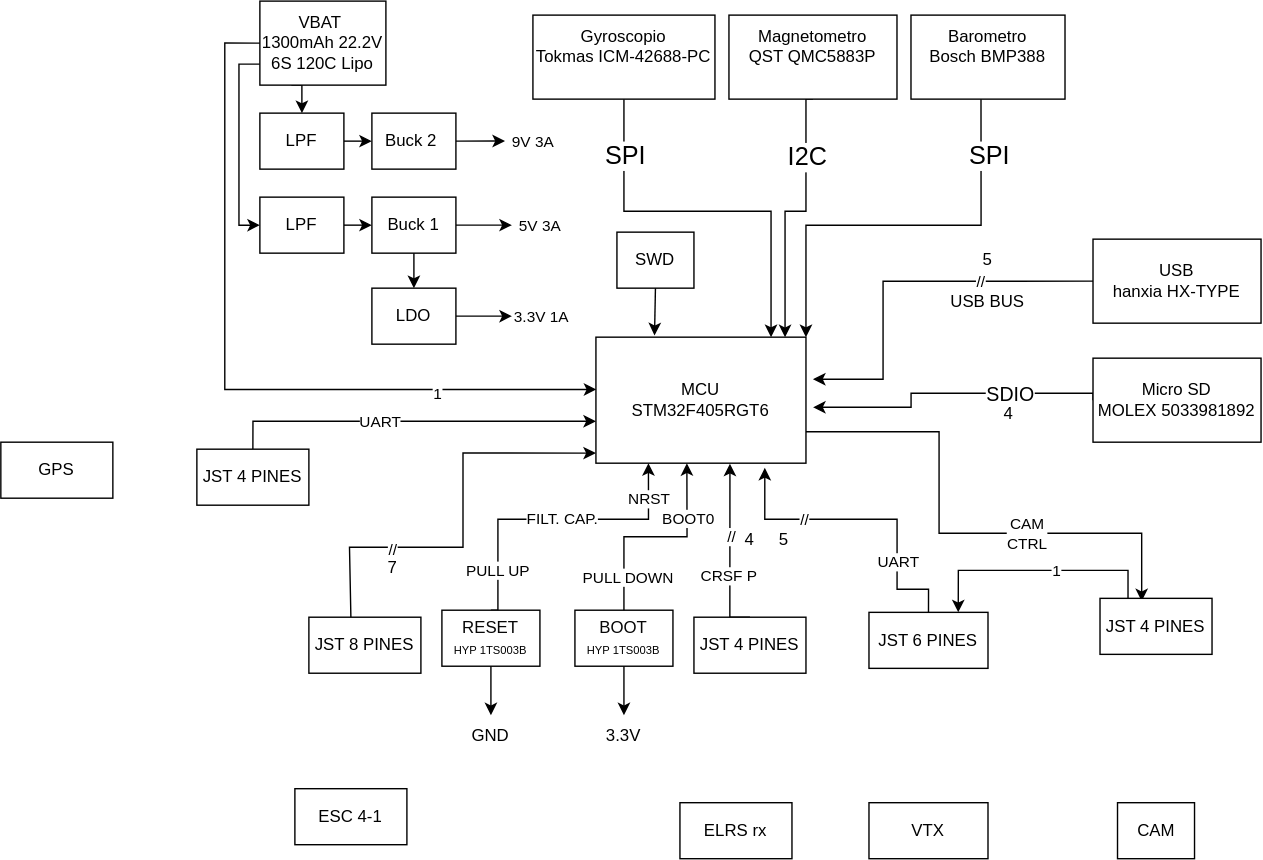
Before: Diagrama de bloques FC Dron.drawio.svg, a diagram exported from draw.io (Lucas-el-pato/FC-DRON-P3). Source tidied: cells renumbered, new cells last; positions are measured from the earlier drawing's top-left corner, leaving out a move shared by most shapes.
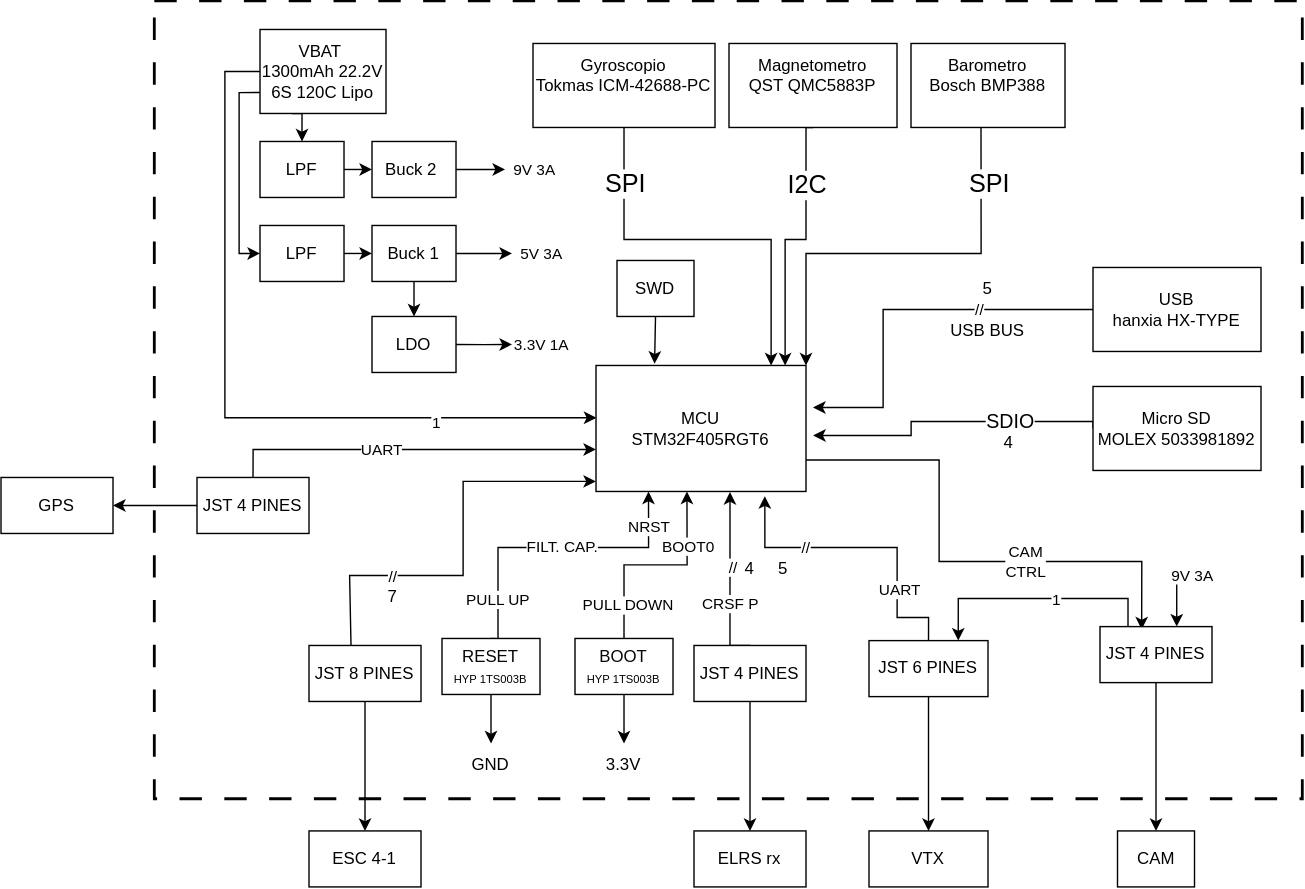
The same diagram one commit later.

Change to the diagram source:
```diff
@@ -2,6 +2,9 @@
   <root>
     <mxCell id="0" />
     <mxCell id="1" parent="0" />
+    <mxCell id="82" style="rounded=0;whiteSpace=wrap;html=1;fillColor=none;dashed=1;dashPattern=8 8;strokeWidth=2;" parent="1" vertex="1">
+      <mxGeometry x="110" y="-20" width="820" height="570" as="geometry" />
+    </mxCell>
     <mxCell id="2" style="edgeStyle=orthogonalEdgeStyle;rounded=0;jettySize=auto;html=1;exitX=1;exitY=0.75;exitDx=0;exitDy=0;entryX=0.372;entryY=0.051;entryDx=0;entryDy=0;entryPerimeter=0;" parent="1" edge="1" source="4" target="54">
       <mxGeometry relative="1" as="geometry">
         <Array as="points">
@@ -89,6 +92,9 @@
     <mxCell id="17" value="VTX" style="rounded=0;whiteSpace=wrap;html=1;" parent="1" vertex="1">
       <mxGeometry x="620" y="572.5" width="85" height="40" as="geometry" />
     </mxCell>
+    <mxCell id="83" style="edgeStyle=orthogonalEdgeStyle;rounded=0;jettySize=auto;html=1;" parent="1" edge="1" source="18" target="17">
+      <mxGeometry relative="1" as="geometry" />
+    </mxCell>
     <mxCell id="18" value="&lt;font style=&quot;color: light-dark(rgb(0, 0, 0), rgb(0, 0, 0));&quot;&gt;JST 6 PINES&lt;/font&gt;" style="rounded=0;whiteSpace=wrap;html=1;fillColor=light-dark(#FFFFFF,#00FF80);" parent="1" vertex="1">
       <mxGeometry x="620" y="436.5" width="85" height="40" as="geometry" />
     </mxCell>
@@ -259,6 +265,9 @@
     <mxCell id="53" value="1" style="edgeLabel;html=1;align=center;verticalAlign=middle;" parent="52" vertex="1">
       <mxGeometry x="-0.16" relative="1" as="geometry" />
     </mxCell>
+    <mxCell id="84" style="edgeStyle=orthogonalEdgeStyle;rounded=0;jettySize=auto;html=1;" parent="1" edge="1" source="54" target="55">
+      <mxGeometry relative="1" as="geometry" />
+    </mxCell>
     <mxCell id="54" value="&lt;font style=&quot;color: light-dark(rgb(0, 0, 0), rgb(0, 0, 0));&quot;&gt;JST 4 PINES&lt;/font&gt;" style="rounded=0;whiteSpace=wrap;html=1;fillColor=light-dark(#FFFFFF,#00FF80);" parent="1" vertex="1">
       <mxGeometry x="785" y="426.5" width="80" height="40" as="geometry" />
     </mxCell>
@@ -286,14 +295,20 @@
       <mxGeometry x="185" y="140" width="60" height="40" as="geometry" />
     </mxCell>
     <mxCell id="61" value="ELRS rx" style="whiteSpace=wrap;html=1;" parent="1" vertex="1">
-      <mxGeometry x="485" y="572.5" width="80" height="40" as="geometry" />
+      <mxGeometry x="495" y="572.5" width="80" height="40" as="geometry" />
     </mxCell>
+    <mxCell id="85" style="edgeStyle=orthogonalEdgeStyle;rounded=0;jettySize=auto;html=1;" parent="1" edge="1" source="62" target="61">
+      <mxGeometry relative="1" as="geometry" />
+    </mxCell>
     <mxCell id="62" value="&lt;font style=&quot;color: light-dark(rgb(0, 0, 0), rgb(0, 0, 0));&quot;&gt;JST 4 PINES&lt;/font&gt;" style="rounded=0;whiteSpace=wrap;html=1;fillColor=light-dark(#FFFFFF,#00FF80);" parent="1" vertex="1">
       <mxGeometry x="495" y="440" width="80" height="40" as="geometry" />
     </mxCell>
     <mxCell id="63" value="ESC 4-1" style="rounded=0;whiteSpace=wrap;html=1;" parent="1" vertex="1">
-      <mxGeometry x="210" y="562.5" width="80" height="40" as="geometry" />
+      <mxGeometry x="220" y="572.5" width="80" height="40" as="geometry" />
     </mxCell>
+    <mxCell id="86" style="edgeStyle=orthogonalEdgeStyle;rounded=0;jettySize=auto;html=1;" parent="1" edge="1" source="64" target="63">
+      <mxGeometry relative="1" as="geometry" />
+    </mxCell>
     <mxCell id="64" value="&lt;font style=&quot;color: light-dark(rgb(0, 0, 0), rgb(0, 0, 0));&quot;&gt;JST 8 PINES&lt;/font&gt;" style="rounded=0;whiteSpace=wrap;html=1;fillColor=light-dark(#FFFFFF,#00FF80);" parent="1" vertex="1">
       <mxGeometry x="220" y="440" width="80" height="40" as="geometry" />
     </mxCell>
@@ -343,11 +358,14 @@
     <mxCell id="74" value="UART" style="edgeLabel;html=1;align=center;verticalAlign=middle;" parent="73" vertex="1">
       <mxGeometry x="-0.17" relative="1" as="geometry" />
     </mxCell>
+    <mxCell id="87" style="edgeStyle=orthogonalEdgeStyle;rounded=0;jettySize=auto;html=1;" parent="1" edge="1" source="75" target="76">
+      <mxGeometry relative="1" as="geometry" />
+    </mxCell>
     <mxCell id="75" value="&lt;font style=&quot;color: light-dark(rgb(0, 0, 0), rgb(0, 0, 0));&quot;&gt;JST 4 PINES&lt;/font&gt;" style="rounded=0;whiteSpace=wrap;html=1;fillColor=light-dark(#FFFFFF,#00FF80);" parent="1" vertex="1">
       <mxGeometry x="140" y="320" width="80" height="40" as="geometry" />
     </mxCell>
     <mxCell id="76" value="GPS" style="rounded=0;whiteSpace=wrap;html=1;" parent="1" vertex="1">
-      <mxGeometry y="315" width="80" height="40" as="geometry" />
+      <mxGeometry y="320" width="80" height="40" as="geometry" />
     </mxCell>
     <mxCell id="77" style="edgeStyle=orthogonalEdgeStyle;rounded=0;jettySize=auto;html=1;exitX=0.5;exitY=1;exitDx=0;exitDy=0;entryX=0.279;entryY=-0.014;entryDx=0;entryDy=0;entryPerimeter=0;" parent="1" edge="1" source="56" target="4">
       <mxGeometry relative="1" as="geometry" />
@@ -366,5 +384,14 @@
     <mxCell id="81" value="Buck 2&amp;nbsp;" style="rounded=0;whiteSpace=wrap;html=1;fillColor=light-dark(#FFFFFF,#FF8000);" parent="1" vertex="1">
       <mxGeometry x="265" y="80" width="60" height="40" as="geometry" />
     </mxCell>
+    <mxCell id="88" value="9V 3A" style="edgeLabel;html=1;align=center;verticalAlign=middle;" parent="1" vertex="1">
+      <mxGeometry x="850" y="390" as="geometry" />
+    </mxCell>
+    <mxCell id="89" style="edgeStyle=none;orthogonalLoop=1;jettySize=auto;html=1;rounded=0;" parent="1" edge="1">
+      <mxGeometry relative="1" as="geometry">
+        <mxPoint x="839.8" y="396.5" as="sourcePoint" />
+        <mxPoint x="839.8" y="426.5" as="targetPoint" />
+      </mxGeometry>
+    </mxCell>
   </root>
 </mxGraphModel>
```
